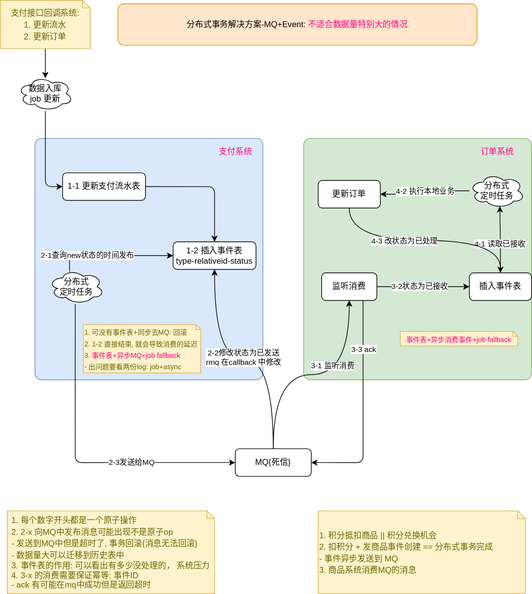
Alice52/diagrams keeps this draw.io diagram as diagrams/dist/tx/02.tx-mq-event.svg. Above is the earlier version. Source tidied: cells renumbered, new cells last; positions are measured from the earlier drawing's top-left corner, leaving out a move shared by most shapes.
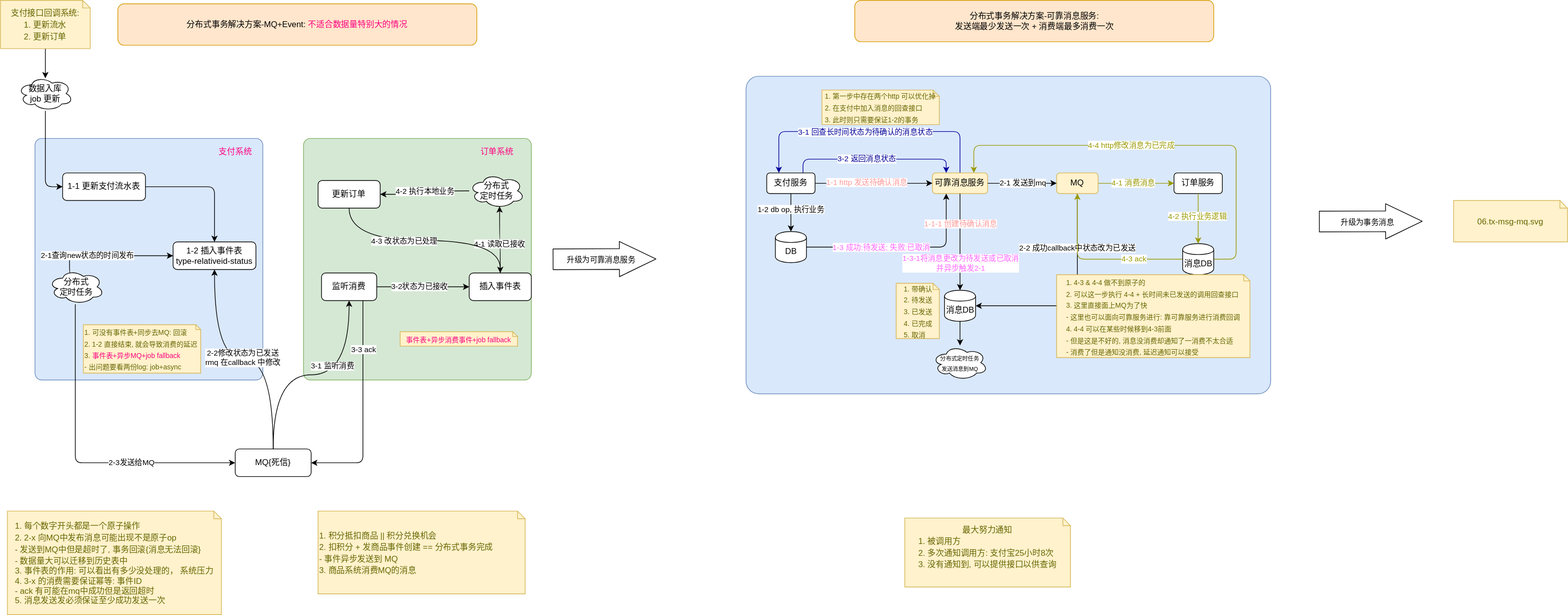
The same file after the commit.

What changed in the source:
```diff
@@ -105,8 +105,8 @@
     <mxCell id="33" value="MQ{死信}" style="rounded=1;whiteSpace=wrap;html=1;strokeWidth=1;" parent="1" vertex="1">
       <mxGeometry x="340" y="650" width="110" height="40" as="geometry" />
     </mxCell>
-    <mxCell id="34" value="&lt;div style=&quot;text-align: left&quot;&gt;&lt;span style=&quot;font-size: 12px&quot;&gt;1. 每个数字开头都是一个原子操作&lt;/span&gt;&lt;/div&gt;&lt;div style=&quot;text-align: left&quot;&gt;&lt;span style=&quot;font-size: 12px&quot;&gt;2. 2-x 向MQ中发布消息可能出现不是原子op&lt;/span&gt;&lt;/div&gt;&lt;div style=&quot;text-align: left&quot;&gt;&lt;span style=&quot;font-size: 12px&quot;&gt;&amp;nbsp; &amp;nbsp; - 发送到MQ中但是超时了, 事务回滚{消息无法回滚}&lt;/span&gt;&lt;/div&gt;&lt;div style=&quot;text-align: left&quot;&gt;&lt;span style=&quot;font-size: 12px&quot;&gt;&amp;nbsp; &amp;nbsp; - 数据量大可以迁移到历史表中&lt;/span&gt;&lt;/div&gt;&lt;span style=&quot;font-size: 12px&quot;&gt;&lt;div style=&quot;text-align: left&quot;&gt;&lt;span&gt;3. 事件表的作用: 可以看出有多少没处理的， 系统压力&lt;/span&gt;&lt;/div&gt;&lt;div style=&quot;text-align: left&quot;&gt;&lt;span&gt;4. 3-x 的消费需要保证幂等: 事件ID&lt;/span&gt;&lt;/div&gt;&lt;div style=&quot;text-align: left&quot;&gt;&lt;span&gt;&amp;nbsp; &amp;nbsp; - ack 有可能在mq中成功但是返回超时&lt;/span&gt;&lt;/div&gt;&lt;/span&gt;" style="shape=note;strokeWidth=0;fontSize=14;size=11;whiteSpace=wrap;html=1;fillColor=#fff2cc;strokeColor=#d6b656;fontColor=#666600;" parent="1" vertex="1">
-      <mxGeometry x="10" y="740" width="300" height="120" as="geometry" />
+    <mxCell id="34" value="&lt;div style=&quot;text-align: left&quot;&gt;&lt;span style=&quot;font-size: 12px&quot;&gt;1. 每个数字开头都是一个原子操作&lt;/span&gt;&lt;/div&gt;&lt;div style=&quot;text-align: left&quot;&gt;&lt;span style=&quot;font-size: 12px&quot;&gt;2. 2-x 向MQ中发布消息可能出现不是原子op&lt;/span&gt;&lt;/div&gt;&lt;div style=&quot;text-align: left&quot;&gt;&lt;span style=&quot;font-size: 12px&quot;&gt;&amp;nbsp; &amp;nbsp; - 发送到MQ中但是超时了, 事务回滚{消息无法回滚}&lt;/span&gt;&lt;/div&gt;&lt;div style=&quot;text-align: left&quot;&gt;&lt;span style=&quot;font-size: 12px&quot;&gt;&amp;nbsp; &amp;nbsp; - 数据量大可以迁移到历史表中&lt;/span&gt;&lt;/div&gt;&lt;span style=&quot;font-size: 12px&quot;&gt;&lt;div style=&quot;text-align: left&quot;&gt;&lt;span&gt;3. 事件表的作用: 可以看出有多少没处理的， 系统压力&lt;/span&gt;&lt;/div&gt;&lt;div style=&quot;text-align: left&quot;&gt;&lt;span&gt;4. 3-x 的消费需要保证幂等: 事件ID&lt;/span&gt;&lt;/div&gt;&lt;div style=&quot;text-align: left&quot;&gt;&lt;span&gt;&amp;nbsp; &amp;nbsp; - ack 有可能在mq中成功但是返回超时&lt;/span&gt;&lt;/div&gt;&lt;div style=&quot;text-align: left&quot;&gt;&lt;span&gt;5. 消息发送发必须保证至少成功发送一次&lt;/span&gt;&lt;/div&gt;&lt;/span&gt;" style="shape=note;strokeWidth=0;fontSize=14;size=11;whiteSpace=wrap;html=1;fillColor=#fff2cc;strokeColor=#d6b656;fontColor=#666600;" parent="1" vertex="1">
+      <mxGeometry x="10" y="740" width="310" height="150" as="geometry" />
     </mxCell>
     <mxCell id="35" style="edgeStyle=orthogonalEdgeStyle;rounded=1;jettySize=auto;html=1;entryX=1;entryY=0.5;entryDx=0;entryDy=0;exitX=0.75;exitY=1;exitDx=0;exitDy=0;" parent="1" edge="1" source="8" target="33">
       <mxGeometry relative="1" as="geometry" />
@@ -143,5 +143,174 @@
     <mxCell id="43" value="&lt;div&gt;&lt;span style=&quot;font-size: 12px&quot;&gt;1. 积分抵扣商品 || 积分兑换机会&lt;/span&gt;&lt;/div&gt;&lt;div&gt;&lt;span style=&quot;font-size: 12px&quot;&gt;2. 扣积分 + 发商品事件创建 == 分布式事务完成&lt;/span&gt;&lt;/div&gt;&lt;div&gt;&lt;span style=&quot;font-size: 12px&quot;&gt;&amp;nbsp; &amp;nbsp; - 事件异步发送到 MQ&lt;/span&gt;&lt;/div&gt;&lt;div&gt;&lt;span style=&quot;font-size: 12px&quot;&gt;3. 商品系统消费MQ的消息&lt;/span&gt;&lt;/div&gt;" style="shape=note;strokeWidth=0;fontSize=14;size=11;whiteSpace=wrap;html=1;fillColor=#fff2cc;strokeColor=#d6b656;fontColor=#666600;align=left;" parent="1" vertex="1">
       <mxGeometry x="460" y="740" width="300" height="120" as="geometry" />
     </mxCell>
+    <mxCell id="44" style="shape=flexArrow;endArrow=classic;html=1;width=30;endSize=17.33;" parent="1" edge="1">
+      <mxGeometry relative="1" as="geometry">
+        <mxPoint x="800" y="375.2" as="sourcePoint" />
+        <mxPoint x="950" y="374.7" as="targetPoint" />
+      </mxGeometry>
+    </mxCell>
+    <mxCell id="45" value="升级为可靠消息服务" style="edgeLabel;html=1;align=center;verticalAlign=middle;" parent="44" vertex="1">
+      <mxGeometry x="-0.19" relative="1" as="geometry">
+        <mxPoint x="9" y="1" as="offset" />
+      </mxGeometry>
+    </mxCell>
+    <mxCell id="46" value="分布式事务解决方案-可靠消息服务:&amp;nbsp;&lt;br&gt;发送端最少发送一次 + 消费端最多消费一次" style="rounded=1;whiteSpace=wrap;html=1;fillColor=#ffe6cc;strokeColor=#d79b00;" parent="1" vertex="1">
+      <mxGeometry x="1237.5" width="520" height="60" as="geometry" />
+    </mxCell>
+    <mxCell id="47" style="group;" parent="1" vertex="1">
+      <mxGeometry x="1080" y="110" width="760" height="460" as="geometry" />
+    </mxCell>
+    <mxCell id="48" style="rounded=1;whiteSpace=wrap;html=1;strokeWidth=1;arcSize=4;fillColor=#dae8fc;strokeColor=#6c8ebf;" parent="47" vertex="1">
+      <mxGeometry width="760" height="460" as="geometry" />
+    </mxCell>
+    <mxCell id="49" value="支付服务" style="rounded=1;whiteSpace=wrap;html=1;strokeWidth=1;" parent="47" vertex="1">
+      <mxGeometry x="30" y="140" width="70" height="30" as="geometry" />
+    </mxCell>
+    <mxCell id="50" style="edgeStyle=orthogonalEdgeStyle;rounded=1;jettySize=auto;html=1;exitX=0.5;exitY=0;exitDx=0;exitDy=0;entryX=0.25;entryY=0;entryDx=0;entryDy=0;fontColor=#66FFB3;strokeColor=#000099;" parent="47" edge="1" source="52" target="49">
+      <mxGeometry relative="1" as="geometry">
+        <Array as="points">
+          <mxPoint x="310" y="80" />
+          <mxPoint x="47" y="80" />
+        </Array>
+      </mxGeometry>
+    </mxCell>
+    <mxCell id="51" value="3-1 回查长时间状态为待确认的消息状态" style="edgeLabel;html=1;align=center;verticalAlign=middle;fontColor=#000099;" parent="50" vertex="1">
+      <mxGeometry x="0.03" y="1" relative="1" as="geometry" />
+    </mxCell>
+    <mxCell id="52" value="可靠消息服务" style="rounded=1;whiteSpace=wrap;html=1;strokeWidth=1;fillColor=#fff2cc;strokeColor=#d6b656;" parent="47" vertex="1">
+      <mxGeometry x="270" y="140" width="80" height="30" as="geometry" />
+    </mxCell>
+    <mxCell id="53" style="edgeStyle=orthogonalEdgeStyle;rounded=1;jettySize=auto;html=1;entryX=0;entryY=0.5;entryDx=0;entryDy=0;" parent="47" edge="1" source="49" target="52">
+      <mxGeometry relative="1" as="geometry" />
+    </mxCell>
+    <mxCell id="54" value="1-1 http 发送待确认消息" style="edgeLabel;html=1;align=center;verticalAlign=middle;fontColor=#FF9999;" parent="53" vertex="1">
+      <mxGeometry x="-0.12" y="1" relative="1" as="geometry" />
+    </mxCell>
+    <mxCell id="55" style="edgeStyle=orthogonalEdgeStyle;rounded=1;jettySize=auto;html=1;exitX=0.75;exitY=0;exitDx=0;exitDy=0;entryX=0.25;entryY=0;entryDx=0;entryDy=0;fontColor=#66FFB3;strokeColor=#000099;" parent="47" edge="1" source="49" target="52">
+      <mxGeometry relative="1" as="geometry" />
+    </mxCell>
+    <mxCell id="56" value="3-2 返回消息状态" style="edgeLabel;html=1;align=center;verticalAlign=middle;fontColor=#000099;" parent="55" vertex="1">
+      <mxGeometry x="-0.09" relative="1" as="geometry" />
+    </mxCell>
+    <mxCell id="57" value="订单服务" style="rounded=1;whiteSpace=wrap;html=1;strokeWidth=1;" parent="47" vertex="1">
+      <mxGeometry x="620" y="140" width="70" height="30" as="geometry" />
+    </mxCell>
+    <mxCell id="58" style="edgeStyle=orthogonalEdgeStyle;rounded=1;jettySize=auto;html=1;exitX=1;exitY=0.5;exitDx=0;exitDy=0;entryX=0.25;entryY=1;entryDx=0;entryDy=0;" parent="47" edge="1" source="60" target="52">
+      <mxGeometry relative="1" as="geometry" />
+    </mxCell>
+    <mxCell id="59" value="1-3 成功:待发送; 失败:已取消" style="edgeLabel;html=1;align=center;verticalAlign=middle;fontColor=#FF66FF;" parent="58" vertex="1">
+      <mxGeometry x="-0.39" relative="1" as="geometry">
+        <mxPoint x="22" as="offset" />
+      </mxGeometry>
+    </mxCell>
+    <mxCell id="60" value="DB" style="shape=cylinder;whiteSpace=wrap;html=1;boundedLbl=1;backgroundOutline=1;rounded=1;strokeWidth=1;" parent="47" vertex="1">
+      <mxGeometry x="42.5" y="225" width="45" height="45" as="geometry" />
+    </mxCell>
+    <mxCell id="61" style="edgeStyle=orthogonalEdgeStyle;rounded=1;jettySize=auto;html=1;" parent="47" edge="1" source="49" target="60">
+      <mxGeometry relative="1" as="geometry" />
+    </mxCell>
+    <mxCell id="62" value="1-2 db op, 执行业务" style="edgeLabel;html=1;align=center;verticalAlign=middle;" parent="61" vertex="1">
+      <mxGeometry x="-0.17" relative="1" as="geometry" />
+    </mxCell>
+    <mxCell id="63" value="消息DB" style="shape=cylinder;whiteSpace=wrap;html=1;boundedLbl=1;backgroundOutline=1;rounded=1;strokeWidth=1;" parent="47" vertex="1">
+      <mxGeometry x="287.5" y="310" width="45" height="45" as="geometry" />
+    </mxCell>
+    <mxCell id="64" style="edgeStyle=orthogonalEdgeStyle;rounded=1;jettySize=auto;html=1;entryX=0.5;entryY=0;entryDx=0;entryDy=0;" parent="47" edge="1" source="52" target="63">
+      <mxGeometry relative="1" as="geometry" />
+    </mxCell>
+    <mxCell id="65" value="1-1-1 创建待确认消息" style="edgeLabel;html=1;align=center;verticalAlign=middle;fontColor=#FF9999;" parent="64" vertex="1">
+      <mxGeometry x="-0.38" y="1" relative="1" as="geometry" />
+    </mxCell>
+    <mxCell id="66" value="1-3-1将消息更改为待发送或已取消&lt;br&gt;并异步触发2-1" style="edgeLabel;html=1;align=center;verticalAlign=middle;fontColor=#FF66FF;" parent="64" vertex="1">
+      <mxGeometry x="0.27" y="1" relative="1" as="geometry">
+        <mxPoint y="11" as="offset" />
+      </mxGeometry>
+    </mxCell>
+    <mxCell id="67" value="&lt;div style=&quot;text-align: left&quot;&gt;&lt;font style=&quot;font-size: 10px&quot;&gt;1. 带确认&lt;/font&gt;&lt;br&gt;&lt;/div&gt;&lt;div style=&quot;text-align: left&quot;&gt;&lt;font style=&quot;font-size: 10px&quot;&gt;2. 待发送&lt;/font&gt;&lt;/div&gt;&lt;div style=&quot;text-align: left&quot;&gt;&lt;font style=&quot;font-size: 10px&quot;&gt;3. 已发送&lt;/font&gt;&lt;/div&gt;&lt;div style=&quot;text-align: left&quot;&gt;&lt;font style=&quot;font-size: 10px&quot;&gt;4. 已完成&lt;/font&gt;&lt;/div&gt;&lt;div style=&quot;text-align: left&quot;&gt;&lt;font style=&quot;font-size: 10px&quot;&gt;5. 取消&lt;/font&gt;&lt;/div&gt;" style="shape=note;strokeWidth=0;fontSize=14;size=9;whiteSpace=wrap;html=1;fillColor=#fff2cc;strokeColor=#d6b656;fontColor=#666600;perimeterSpacing=0;" parent="47" vertex="1">
+      <mxGeometry x="217.5" y="300" width="62.5" height="80" as="geometry" />
+    </mxCell>
+    <mxCell id="68" style="edgeStyle=orthogonalEdgeStyle;rounded=1;jettySize=auto;html=1;entryX=1;entryY=0.5;entryDx=0;entryDy=0;fontColor=#66FFB3;exitX=0.5;exitY=1;exitDx=0;exitDy=0;" parent="47" edge="1" source="72" target="63">
+      <mxGeometry relative="1" as="geometry" />
+    </mxCell>
+    <mxCell id="69" value="&lt;font color=&quot;#000000&quot;&gt;2-2 成功callback中状态改为已发送&lt;/font&gt;" style="edgeLabel;html=1;align=center;verticalAlign=middle;fontColor=#66FFB3;" parent="68" vertex="1">
+      <mxGeometry x="-0.37" relative="1" as="geometry">
+        <mxPoint y="-20" as="offset" />
+      </mxGeometry>
+    </mxCell>
+    <mxCell id="70" style="edgeStyle=orthogonalEdgeStyle;rounded=1;jettySize=auto;html=1;fontColor=#000099;strokeColor=#999900;" parent="47" edge="1" source="72" target="57">
+      <mxGeometry relative="1" as="geometry" />
+    </mxCell>
+    <mxCell id="71" value="4-1 消费消息" style="edgeLabel;html=1;align=center;verticalAlign=middle;fontColor=#999900;" parent="70" vertex="1">
+      <mxGeometry x="-0.08" relative="1" as="geometry" />
+    </mxCell>
+    <mxCell id="72" value="MQ" style="rounded=1;whiteSpace=wrap;html=1;strokeWidth=1;fillColor=#fff2cc;strokeColor=#d6b656;" parent="47" vertex="1">
+      <mxGeometry x="450" y="140" width="60" height="30" as="geometry" />
+    </mxCell>
+    <mxCell id="73" style="edgeStyle=orthogonalEdgeStyle;rounded=1;jettySize=auto;html=1;fontColor=#66FFB3;" parent="47" edge="1" source="52" target="72">
+      <mxGeometry relative="1" as="geometry" />
+    </mxCell>
+    <mxCell id="74" value="&lt;font color=&quot;#000000&quot;&gt;2-1 发送到mq&lt;/font&gt;" style="edgeLabel;html=1;align=center;verticalAlign=middle;fontColor=#66FFB3;" parent="73" vertex="1">
+      <mxGeometry x="-0.24" relative="1" as="geometry">
+        <mxPoint x="12" as="offset" />
+      </mxGeometry>
+    </mxCell>
+    <mxCell id="75" value="&lt;font style=&quot;font-size: 8px&quot;&gt;分布式定时任务&lt;br&gt;发送消息到MQ&lt;br&gt;&lt;/font&gt;" style="ellipse;shape=cloud;whiteSpace=wrap;html=1;strokeWidth=1;" parent="47" vertex="1">
+      <mxGeometry x="270" y="390" width="80" height="50" as="geometry" />
+    </mxCell>
+    <mxCell id="76" style="edgeStyle=orthogonalEdgeStyle;rounded=1;jettySize=auto;html=1;fontColor=#66FFB3;" parent="47" edge="1" source="63" target="75">
+      <mxGeometry relative="1" as="geometry" />
+    </mxCell>
+    <mxCell id="77" value="&lt;div style=&quot;text-align: left&quot;&gt;&lt;span style=&quot;font-size: 10px&quot;&gt;1. 第一步中存在两个http 可以优化掉&lt;/span&gt;&lt;/div&gt;&lt;div style=&quot;text-align: left&quot;&gt;&lt;span style=&quot;font-size: 10px&quot;&gt;2. 在支付中加入消息的回查接口&lt;/span&gt;&lt;/div&gt;&lt;div style=&quot;text-align: left&quot;&gt;&lt;span style=&quot;font-size: 10px&quot;&gt;3. 此时则只需要保证1-2的事务&lt;/span&gt;&lt;/div&gt;" style="shape=note;strokeWidth=0;fontSize=14;size=9;whiteSpace=wrap;html=1;fillColor=#fff2cc;strokeColor=#d6b656;fontColor=#666600;perimeterSpacing=0;" parent="47" vertex="1">
+      <mxGeometry x="110" y="20" width="170" height="50" as="geometry" />
+    </mxCell>
+    <mxCell id="78" style="edgeStyle=orthogonalEdgeStyle;rounded=1;jettySize=auto;html=1;exitX=0;exitY=0.5;exitDx=0;exitDy=0;fontColor=#000000;strokeColor=#999900;" parent="47" edge="1" source="82" target="72">
+      <mxGeometry relative="1" as="geometry" />
+    </mxCell>
+    <mxCell id="79" value="4-3 ack" style="edgeLabel;html=1;align=center;verticalAlign=middle;fontColor=#999900;" parent="78" vertex="1">
+      <mxGeometry x="-0.43" relative="1" as="geometry" />
+    </mxCell>
+    <mxCell id="80" style="edgeStyle=orthogonalEdgeStyle;rounded=1;jettySize=auto;html=1;entryX=0.75;entryY=0;entryDx=0;entryDy=0;fontColor=#000000;strokeColor=#999900;" parent="47" edge="1" source="82" target="52">
+      <mxGeometry relative="1" as="geometry">
+        <Array as="points">
+          <mxPoint x="710" y="265" />
+          <mxPoint x="710" y="100" />
+          <mxPoint x="330" y="100" />
+        </Array>
+      </mxGeometry>
+    </mxCell>
+    <mxCell id="81" value="4-4 http修改消息为已完成" style="edgeLabel;html=1;align=center;verticalAlign=middle;fontColor=#999900;" parent="80" vertex="1">
+      <mxGeometry x="0.07" y="-1" relative="1" as="geometry">
+        <mxPoint x="-20" y="1" as="offset" />
+      </mxGeometry>
+    </mxCell>
+    <mxCell id="82" value="消息DB" style="shape=cylinder;whiteSpace=wrap;html=1;boundedLbl=1;backgroundOutline=1;rounded=1;strokeWidth=1;" parent="47" vertex="1">
+      <mxGeometry x="632.5" y="242.5" width="45" height="45" as="geometry" />
+    </mxCell>
+    <mxCell id="83" style="edgeStyle=orthogonalEdgeStyle;rounded=1;jettySize=auto;html=1;fontColor=#000000;strokeColor=#999900;" parent="47" edge="1" source="57" target="82">
+      <mxGeometry relative="1" as="geometry" />
+    </mxCell>
+    <mxCell id="84" value="4-2 执行业务逻辑" style="edgeLabel;html=1;align=center;verticalAlign=middle;fontColor=#999900;" parent="83" vertex="1">
+      <mxGeometry x="-0.1" y="-1" relative="1" as="geometry" />
+    </mxCell>
+    <mxCell id="85" value="&lt;div style=&quot;text-align: left&quot;&gt;&lt;span style=&quot;font-size: 10px&quot;&gt;1. 4-3 &amp;amp; 4-4 做不到原子的&lt;/span&gt;&lt;/div&gt;&lt;div style=&quot;text-align: left&quot;&gt;&lt;span style=&quot;font-size: 10px&quot;&gt;2. 可以这一步执行 4-4 + 长时间未已发送的调用回查接口&lt;/span&gt;&lt;/div&gt;&lt;div style=&quot;text-align: left&quot;&gt;&lt;span style=&quot;font-size: 10px&quot;&gt;3. 这里直接面上MQ为了快&lt;/span&gt;&lt;/div&gt;&lt;div style=&quot;text-align: left&quot;&gt;&lt;span style=&quot;font-size: 10px&quot;&gt;&amp;nbsp; &amp;nbsp;- 这里也可以面向可靠服务进行: 靠可靠服务进行消费回调&lt;/span&gt;&lt;/div&gt;&lt;div style=&quot;text-align: left&quot;&gt;&lt;span style=&quot;font-size: 10px&quot;&gt;4. 4-4 可以在某些时候移到4-3前面&lt;/span&gt;&lt;/div&gt;&lt;div style=&quot;text-align: left&quot;&gt;&lt;span style=&quot;font-size: 10px&quot;&gt;&amp;nbsp; &amp;nbsp; - 但是这是不好的, 消息没消费却通知了一消费不太合适&lt;/span&gt;&lt;/div&gt;&lt;div style=&quot;text-align: left&quot;&gt;&lt;span style=&quot;font-size: 10px&quot;&gt;&amp;nbsp; &amp;nbsp; - 消费了但是通知没消费, 延迟通知可以接受&lt;/span&gt;&lt;/div&gt;" style="shape=note;strokeWidth=0;fontSize=14;size=9;whiteSpace=wrap;html=1;fillColor=#fff2cc;strokeColor=#d6b656;fontColor=#666600;perimeterSpacing=0;" parent="47" vertex="1">
+      <mxGeometry x="450" y="287.5" width="280" height="120" as="geometry" />
+    </mxCell>
+    <mxCell id="86" value="&lt;div&gt;&lt;span style=&quot;font-size: 12px&quot;&gt;最大努力通知&lt;/span&gt;&lt;/div&gt;&lt;div style=&quot;text-align: left&quot;&gt;&lt;span style=&quot;font-size: 12px&quot;&gt;1. 被调用方&lt;/span&gt;&lt;/div&gt;&lt;div style=&quot;text-align: left&quot;&gt;&lt;span style=&quot;font-size: 12px&quot;&gt;2. 多次通知调用方: 支付宝25小时8次&lt;/span&gt;&lt;/div&gt;&lt;div style=&quot;text-align: left&quot;&gt;&lt;span style=&quot;font-size: 12px&quot;&gt;3. 没有通知到, 可以提供接口以供查询&lt;/span&gt;&lt;/div&gt;&lt;div style=&quot;text-align: left&quot;&gt;&lt;span style=&quot;font-size: 12px&quot;&gt;&lt;br&gt;&lt;/span&gt;&lt;/div&gt;" style="shape=note;strokeWidth=0;fontSize=14;size=11;whiteSpace=wrap;html=1;fillColor=#fff2cc;strokeColor=#d6b656;fontColor=#666600;align=center;" parent="1" vertex="1">
+      <mxGeometry x="1310" y="750" width="240" height="100" as="geometry" />
+    </mxCell>
+    <mxCell id="87" style="shape=flexArrow;endArrow=classic;html=1;width=30;endSize=17.33;" parent="1" edge="1">
+      <mxGeometry relative="1" as="geometry">
+        <mxPoint x="1910" y="320.5" as="sourcePoint" />
+        <mxPoint x="2060" y="320" as="targetPoint" />
+      </mxGeometry>
+    </mxCell>
+    <mxCell id="88" value="升级为事务消息" style="edgeLabel;html=1;align=center;verticalAlign=middle;" parent="87" vertex="1">
+      <mxGeometry x="-0.19" relative="1" as="geometry">
+        <mxPoint x="9" y="1" as="offset" />
+      </mxGeometry>
+    </mxCell>
+    <mxCell id="89" value="&lt;div&gt;&lt;span style=&quot;font-size: 12px&quot;&gt;06.tx-msg-mq.svg&lt;/span&gt;&lt;/div&gt;" style="shape=note;strokeWidth=0;fontSize=14;size=11;whiteSpace=wrap;html=1;fillColor=#fff2cc;strokeColor=#d6b656;fontColor=#666600;align=center;" parent="1" vertex="1">
+      <mxGeometry x="2105" y="290" width="165" height="60" as="geometry" />
+    </mxCell>
   </root>
 </mxGraphModel>
```
